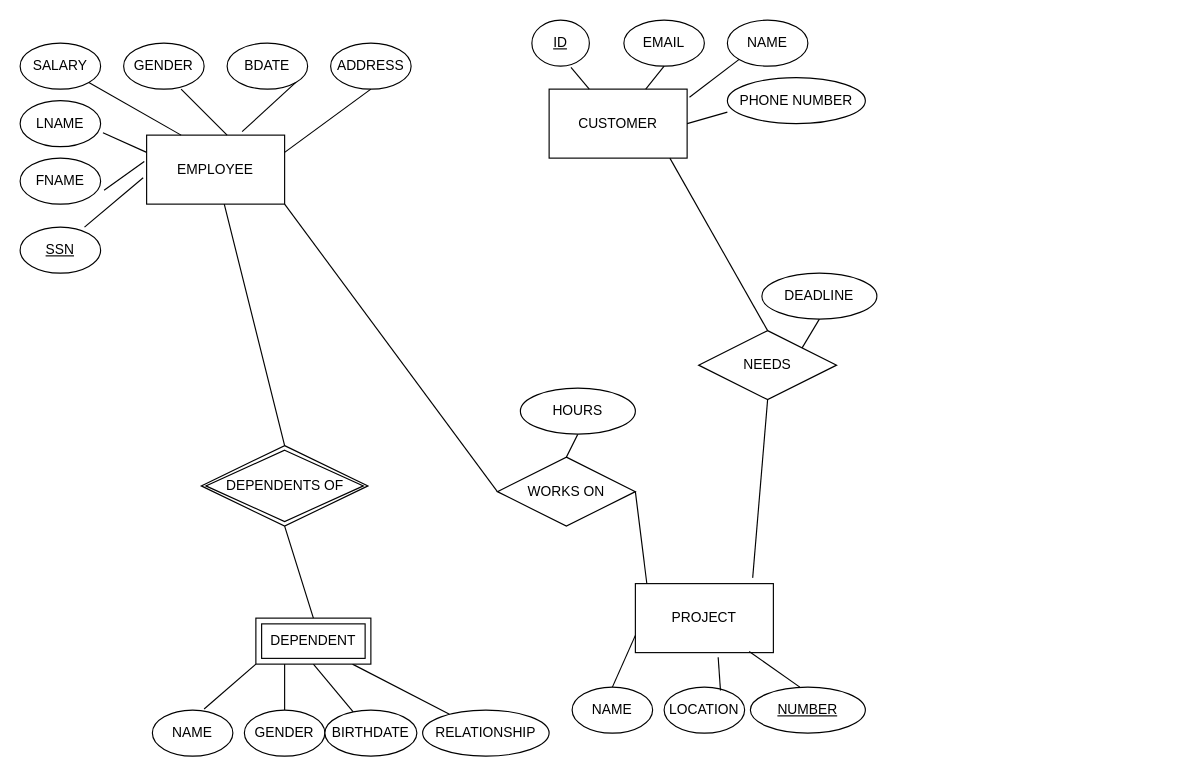
The draw.io diagram ER_Diagram.drawio in YousefAtefB/DB_Optimizer, before the edit. Source tidied: cells renumbered, new cells numbered last; positions are measured from the earlier drawing's top-left corner, leaving out a move shared by most shapes. Both pictures are drawn from the tidied source at 115%, with x=0, y=0 at pixel (20, 20).
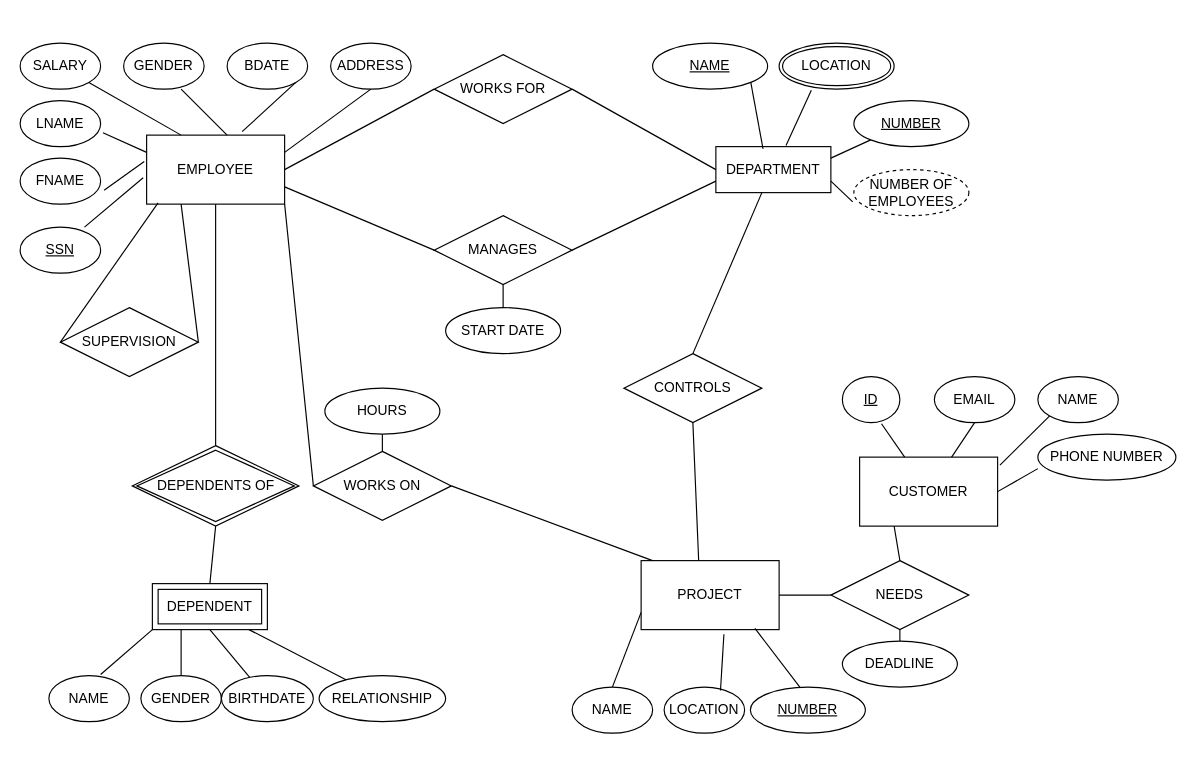
The same page after the edit.

The change refers to these unchanged cells:
```xml
<mxCell id="2" value="EMPLOYEE" style="rounded=0;whiteSpace=wrap;html=1;" parent="1" vertex="1">
  <mxGeometry x="110" y="100" width="120" height="60" as="geometry" />
</mxCell>
```

The edit, as a diff of the source:
```diff
@@
     <mxCell id="3" value="PROJECT" style="rounded=0;whiteSpace=wrap;html=1;" parent="1" vertex="1">
-      <mxGeometry x="535" y="490" width="120" height="60" as="geometry" />
+      <mxGeometry x="540" y="470" width="120" height="60" as="geometry" />
     </mxCell>
@@
     <mxCell id="17" value="NAME" style="ellipse;whiteSpace=wrap;html=1;" parent="1" vertex="1">
-      <mxGeometry x="115" y="600" width="70" height="40" as="geometry" />
+      <mxGeometry x="25" y="570" width="70" height="40" as="geometry" />
     </mxCell>
     <mxCell id="18" value="GENDER" style="ellipse;whiteSpace=wrap;html=1;" parent="1" vertex="1">
-      <mxGeometry x="195" y="600" width="70" height="40" as="geometry" />
+      <mxGeometry x="105" y="570" width="70" height="40" as="geometry" />
     </mxCell>
     <mxCell id="19" value="BIRTHDATE" style="ellipse;whiteSpace=wrap;html=1;" parent="1" vertex="1">
-      <mxGeometry x="265" y="600" width="80" height="40" as="geometry" />
+      <mxGeometry x="175" y="570" width="80" height="40" as="geometry" />
     </mxCell>
     <mxCell id="20" value="RELATIONSHIP" style="ellipse;whiteSpace=wrap;html=1;" parent="1" vertex="1">
-      <mxGeometry x="350" y="600" width="110" height="40" as="geometry" />
+      <mxGeometry x="260" y="570" width="110" height="40" as="geometry" />
     </mxCell>
@@
     <mxCell id="25" value="CUSTOMER" style="rounded=0;whiteSpace=wrap;html=1;" parent="1" vertex="1">
-      <mxGeometry x="460" y="60" width="120" height="60" as="geometry" />
+      <mxGeometry x="730" y="380" width="120" height="60" as="geometry" />
     </mxCell>
@@
     <mxCell id="31" value="EMAIL" style="ellipse;whiteSpace=wrap;html=1;" parent="1" vertex="1">
-      <mxGeometry x="525" width="70" height="40" as="geometry" />
+      <mxGeometry x="795" y="310" width="70" height="40" as="geometry" />
     </mxCell>
     <mxCell id="32" value="NAME" style="ellipse;whiteSpace=wrap;html=1;" parent="1" vertex="1">
-      <mxGeometry x="615" width="70" height="40" as="geometry" />
+      <mxGeometry x="885" y="310" width="70" height="40" as="geometry" />
     </mxCell>
     <mxCell id="33" value="PHONE NUMBER" style="ellipse;whiteSpace=wrap;html=1;" parent="1" vertex="1">
-      <mxGeometry x="615" y="50" width="120" height="40" as="geometry" />
+      <mxGeometry x="885" y="360" width="120" height="40" as="geometry" />
     </mxCell>
@@
     <mxCell id="38" value="DEPENDENTS OF" style="shape=rhombus;double=1;perimeter=rhombusPerimeter;whiteSpace=wrap;html=1;align=center;" parent="1" vertex="1">
-      <mxGeometry x="157.5" y="370" width="145" height="70" as="geometry" />
+      <mxGeometry x="97.5" y="370" width="145" height="70" as="geometry" />
     </mxCell>
     <mxCell id="39" value="DEPENDENT" style="shape=ext;margin=3;double=1;whiteSpace=wrap;html=1;align=center;" parent="1" vertex="1">
-      <mxGeometry x="205" y="520" width="100" height="40" as="geometry" />
+      <mxGeometry x="115" y="490" width="100" height="40" as="geometry" />
     </mxCell>
@@
     <mxCell id="42" value="NEEDS" style="shape=rhombus;perimeter=rhombusPerimeter;whiteSpace=wrap;html=1;align=center;" parent="1" vertex="1">
-      <mxGeometry x="590" y="270" width="120" height="60" as="geometry" />
+      <mxGeometry x="705" y="470" width="120" height="60" as="geometry" />
     </mxCell>
-    <mxCell id="43" style="endArrow=none;html=1;rounded=0;entryX=0.875;entryY=1;entryDx=0;entryDy=0;entryPerimeter=0;exitX=0.5;exitY=0;exitDx=0;exitDy=0;" parent="1" edge="1" source="42" target="25">
+    <mxCell id="43" style="endArrow=none;html=1;rounded=0;entryX=0.25;entryY=1;entryDx=0;entryDy=0;exitX=0.5;exitY=0;exitDx=0;exitDy=0;" parent="1" edge="1" source="42" target="25">
       <mxGeometry relative="1" as="geometry" />
     </mxCell>
-    <mxCell id="44" style="endArrow=none;html=1;rounded=0;entryX=0.5;entryY=1;entryDx=0;entryDy=0;exitX=0.85;exitY=-0.083;exitDx=0;exitDy=0;exitPerimeter=0;" parent="1" edge="1" source="3" target="42">
+    <mxCell id="44" style="endArrow=none;html=1;rounded=0;entryX=0;entryY=0.5;entryDx=0;entryDy=0;exitX=1;exitY=0.5;exitDx=0;exitDy=0;" parent="1" edge="1" source="3" target="42">
       <mxGeometry relative="1" as="geometry" />
     </mxCell>
@@
     <mxCell id="46" value="WORKS ON" style="shape=rhombus;perimeter=rhombusPerimeter;whiteSpace=wrap;html=1;align=center;" parent="1" vertex="1">
-      <mxGeometry x="415" y="380" width="120" height="60" as="geometry" />
+      <mxGeometry x="255" y="375" width="120" height="60" as="geometry" />
     </mxCell>
@@
     <mxCell id="50" value="DEADLINE" style="ellipse;whiteSpace=wrap;html=1;align=center;" parent="1" vertex="1">
-      <mxGeometry x="645" y="220" width="100" height="40" as="geometry" />
+      <mxGeometry x="715" y="540" width="100" height="40" as="geometry" />
     </mxCell>
-    <mxCell id="51" style="endArrow=none;html=1;rounded=0;entryX=0.5;entryY=1;entryDx=0;entryDy=0;exitX=1;exitY=0;exitDx=0;exitDy=0;" parent="1" edge="1" source="42" target="50">
+    <mxCell id="51" style="endArrow=none;html=1;rounded=0;exitX=0.5;exitY=1;exitDx=0;exitDy=0;" parent="1" edge="1" source="42" target="50">
       <mxGeometry relative="1" as="geometry" />
     </mxCell>
@@
     <mxCell id="54" value="ID" style="ellipse;whiteSpace=wrap;html=1;align=center;fontStyle=4;" parent="1" vertex="1">
-      <mxGeometry x="445" width="50" height="40" as="geometry" />
+      <mxGeometry x="715" y="310" width="50" height="40" as="geometry" />
     </mxCell>
     <mxCell id="55" value="HOURS" style="ellipse;whiteSpace=wrap;html=1;align=center;" parent="1" vertex="1">
-      <mxGeometry x="435" y="320" width="100" height="40" as="geometry" />
+      <mxGeometry x="265" y="320" width="100" height="40" as="geometry" />
     </mxCell>
+    <mxCell id="56" value="DEPARTMENT" style="whiteSpace=wrap;html=1;align=center;" parent="1" vertex="1">
+      <mxGeometry x="605" y="110" width="100" height="40" as="geometry" />
+    </mxCell>
+    <mxCell id="57" value="NAME" style="ellipse;whiteSpace=wrap;html=1;align=center;fontStyle=4;" parent="1" vertex="1">
+      <mxGeometry x="550" y="20" width="100" height="40" as="geometry" />
+    </mxCell>
+    <mxCell id="58" value="NUMBER" style="ellipse;whiteSpace=wrap;html=1;align=center;fontStyle=4;" parent="1" vertex="1">
+      <mxGeometry x="725" y="70" width="100" height="40" as="geometry" />
+    </mxCell>
+    <mxCell id="59" value="LOCATION" style="ellipse;shape=doubleEllipse;margin=3;whiteSpace=wrap;html=1;align=center;" parent="1" vertex="1">
+      <mxGeometry x="660" y="20" width="100" height="40" as="geometry" />
+    </mxCell>
+    <mxCell id="60" style="endArrow=none;html=1;rounded=0;entryX=1;entryY=1;entryDx=0;entryDy=0;exitX=0.41;exitY=0.05;exitDx=0;exitDy=0;exitPerimeter=0;" parent="1" edge="1" source="56" target="57">
+      <mxGeometry relative="1" as="geometry" />
+    </mxCell>
+    <mxCell id="61" style="endArrow=none;html=1;rounded=0;entryX=0;entryY=1;entryDx=0;entryDy=0;exitX=1;exitY=0.25;exitDx=0;exitDy=0;" parent="1" edge="1" source="56" target="58">
+      <mxGeometry relative="1" as="geometry" />
+    </mxCell>
+    <mxCell id="62" style="endArrow=none;html=1;rounded=0;entryX=0.28;entryY=1.025;entryDx=0;entryDy=0;entryPerimeter=0;exitX=0.61;exitY=-0.025;exitDx=0;exitDy=0;exitPerimeter=0;" parent="1" edge="1" source="56" target="59">
+      <mxGeometry relative="1" as="geometry" />
+    </mxCell>
+    <mxCell id="63" value="CONTROLS" style="shape=rhombus;perimeter=rhombusPerimeter;whiteSpace=wrap;html=1;align=center;" parent="1" vertex="1">
+      <mxGeometry x="525" y="290" width="120" height="60" as="geometry" />
+    </mxCell>
+    <mxCell id="64" style="endArrow=none;html=1;rounded=0;entryX=0.4;entryY=1;entryDx=0;entryDy=0;entryPerimeter=0;exitX=0.5;exitY=0;exitDx=0;exitDy=0;" parent="1" edge="1" source="63" target="56">
+      <mxGeometry relative="1" as="geometry" />
+    </mxCell>
+    <mxCell id="65" style="endArrow=none;html=1;rounded=0;entryX=0.5;entryY=1;entryDx=0;entryDy=0;exitX=0.417;exitY=0;exitDx=0;exitDy=0;exitPerimeter=0;" parent="1" edge="1" source="3" target="63">
+      <mxGeometry relative="1" as="geometry" />
+    </mxCell>
+    <mxCell id="66" value="WORKS FOR" style="shape=rhombus;perimeter=rhombusPerimeter;whiteSpace=wrap;html=1;align=center;" parent="1" vertex="1">
+      <mxGeometry x="360" y="30" width="120" height="60" as="geometry" />
+    </mxCell>
+    <mxCell id="67" value="MANAGES" style="shape=rhombus;perimeter=rhombusPerimeter;whiteSpace=wrap;html=1;align=center;" parent="1" vertex="1">
+      <mxGeometry x="360" y="170" width="120" height="60" as="geometry" />
+    </mxCell>
+    <mxCell id="68" value="SUPERVISION" style="shape=rhombus;perimeter=rhombusPerimeter;whiteSpace=wrap;html=1;align=center;" parent="1" vertex="1">
+      <mxGeometry x="35" y="250" width="120" height="60" as="geometry" />
+    </mxCell>
+    <mxCell id="69" style="endArrow=none;html=1;rounded=0;entryX=0.083;entryY=0.983;entryDx=0;entryDy=0;entryPerimeter=0;exitX=0;exitY=0.5;exitDx=0;exitDy=0;" parent="1" edge="1" source="68" target="2">
+      <mxGeometry relative="1" as="geometry" />
+    </mxCell>
+    <mxCell id="70" style="endArrow=none;html=1;rounded=0;entryX=0.25;entryY=1;entryDx=0;entryDy=0;exitX=1;exitY=0.5;exitDx=0;exitDy=0;" parent="1" edge="1" source="68" target="2">
+      <mxGeometry relative="1" as="geometry" />
+    </mxCell>
+    <mxCell id="71" style="endArrow=none;html=1;rounded=0;entryX=0;entryY=0.5;entryDx=0;entryDy=0;exitX=1;exitY=0.5;exitDx=0;exitDy=0;" parent="1" edge="1" source="66" target="56">
+      <mxGeometry relative="1" as="geometry" />
+    </mxCell>
+    <mxCell id="72" style="endArrow=none;html=1;rounded=0;entryX=0;entryY=0.5;entryDx=0;entryDy=0;exitX=1;exitY=0.5;exitDx=0;exitDy=0;" parent="1" edge="1" source="2" target="66">
+      <mxGeometry relative="1" as="geometry" />
+    </mxCell>
+    <mxCell id="73" style="endArrow=none;html=1;rounded=0;entryX=0;entryY=0.5;entryDx=0;entryDy=0;exitX=1;exitY=0.75;exitDx=0;exitDy=0;" parent="1" edge="1" source="2" target="67">
+      <mxGeometry relative="1" as="geometry" />
+    </mxCell>
+    <mxCell id="74" style="endArrow=none;html=1;rounded=0;exitX=1;exitY=0.5;exitDx=0;exitDy=0;entryX=0;entryY=0.75;entryDx=0;entryDy=0;" parent="1" edge="1" source="67" target="56">
+      <mxGeometry relative="1" as="geometry" />
+    </mxCell>
+    <mxCell id="75" value="START DATE" style="ellipse;whiteSpace=wrap;html=1;align=center;" parent="1" vertex="1">
+      <mxGeometry x="370" y="250" width="100" height="40" as="geometry" />
+    </mxCell>
+    <mxCell id="76" style="endArrow=none;html=1;rounded=0;entryX=0.5;entryY=1;entryDx=0;entryDy=0;exitX=0.5;exitY=0;exitDx=0;exitDy=0;" parent="1" edge="1" source="75" target="67">
+      <mxGeometry relative="1" as="geometry" />
+    </mxCell>
+    <mxCell id="77" value="NUMBER OF EMPLOYEES" style="ellipse;whiteSpace=wrap;html=1;align=center;dashed=1;" parent="1" vertex="1">
+      <mxGeometry x="725" y="130" width="100" height="40" as="geometry" />
+    </mxCell>
+    <mxCell id="78" style="endArrow=none;html=1;rounded=0;entryX=-0.01;entryY=0.7;entryDx=0;entryDy=0;entryPerimeter=0;exitX=1;exitY=0.75;exitDx=0;exitDy=0;" parent="1" edge="1" source="56" target="77">
+      <mxGeometry relative="1" as="geometry" />
+    </mxCell>
```
